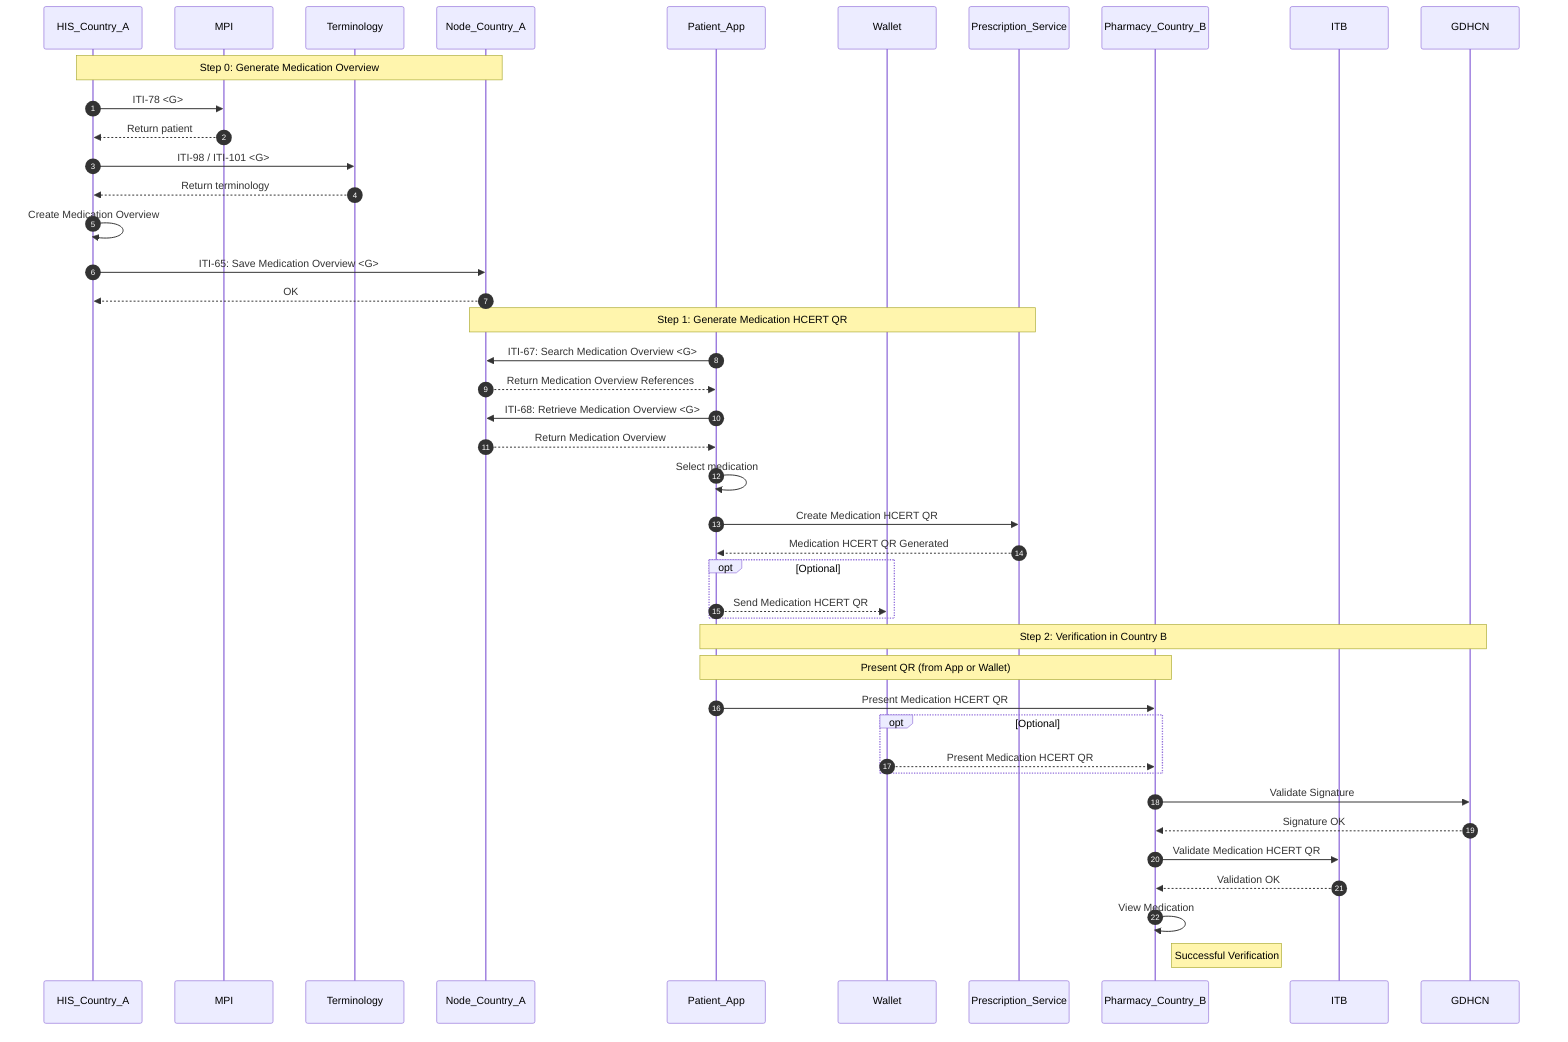
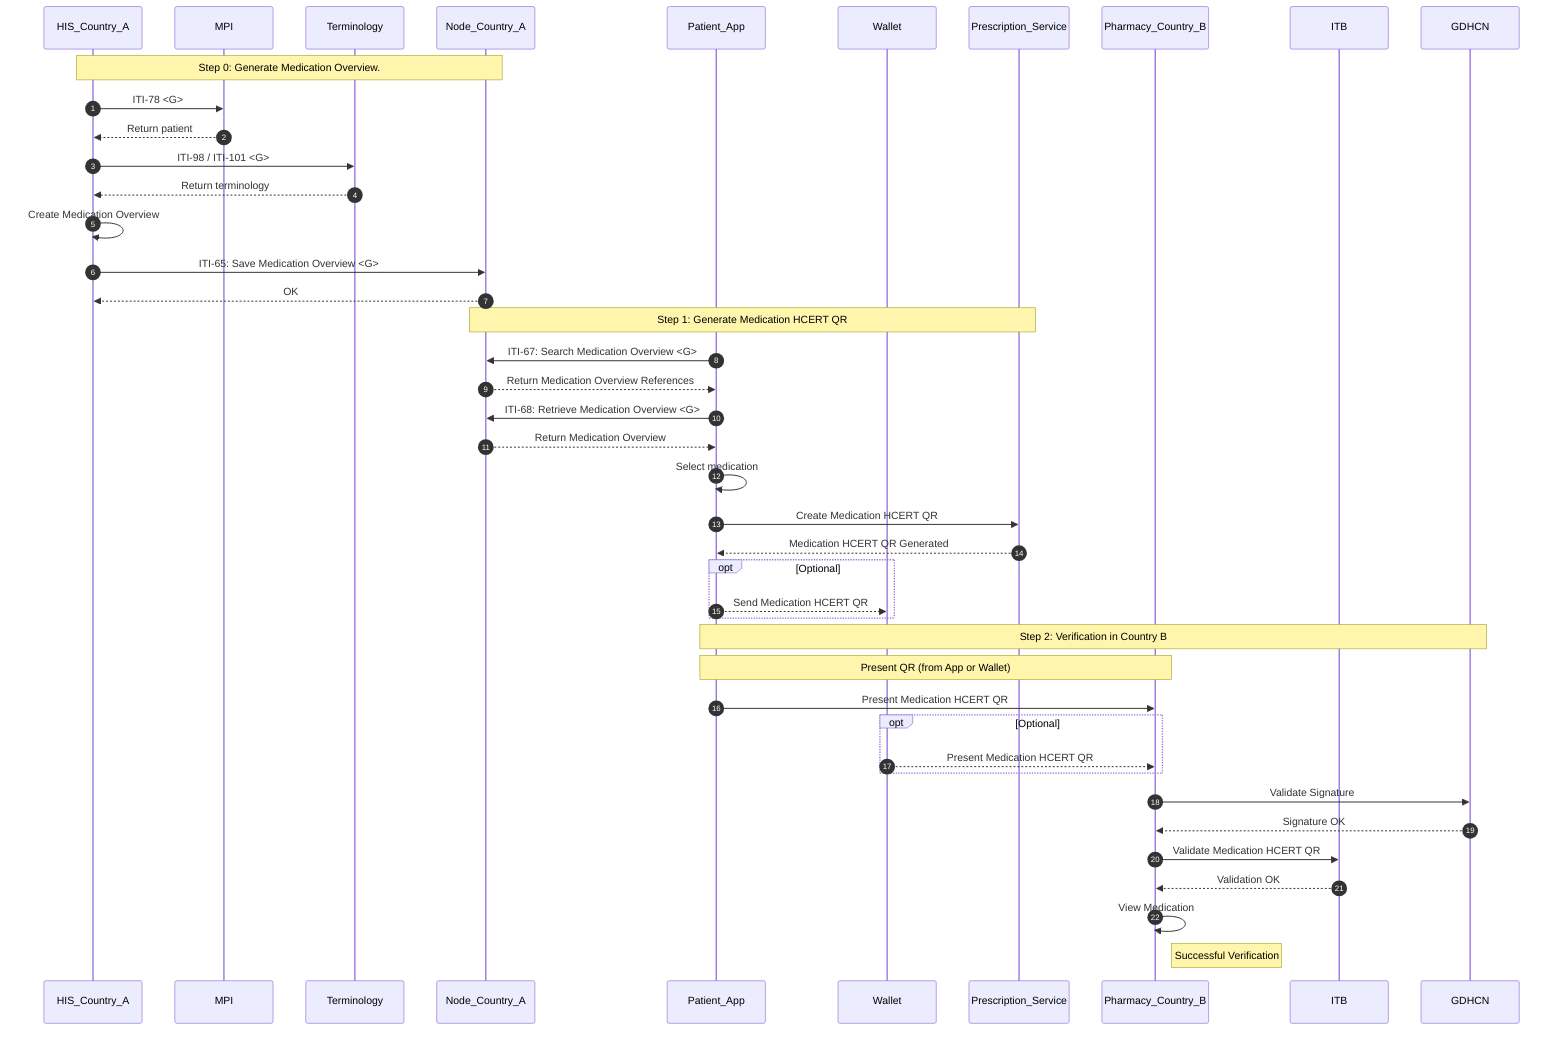
sequenceDiagram
    autonumber
    participant IR as HIS_Country_A
    participant MPI as MPI
    participant TS as Terminology
    participant NA as Node_Country_A
    participant AP as Patient_App
    participant W as Wallet
    participant P as Prescription_Service
    participant HB as Pharmacy_Country_B
    participant ITB as ITB
    participant TN as GDHCN

-     Note over IR, NA: Step 0: Generate Medication Overview
+     Note over IR, NA: Step 0: Generate Medication Overview.
    IR->>MPI: ITI-78 <G>
    MPI-->>IR: Return patient

    IR->>TS: ITI-98 / ITI-101 <G>
    TS-->>IR: Return terminology

    IR->>IR: Create Medication Overview

    IR->>NA: ITI-65: Save Medication Overview <G>
    NA-->>IR: OK

    Note over NA, P: Step 1: Generate Medication HCERT QR
    AP->>NA: ITI-67: Search Medication Overview <G>
    NA-->>AP: Return Medication Overview References

    AP->>NA: ITI-68: Retrieve Medication Overview <G>
    NA-->>AP: Return Medication Overview

    AP->>AP: Select medication

    AP->>P: Create Medication HCERT QR
    P-->>AP: Medication HCERT QR Generated


    opt Optional
        AP-->>W: Send Medication HCERT QR
    end

    Note over AP, TN: Step 2: Verification in Country B

    Note over AP, HB: Present QR (from App or Wallet)
    AP->>HB: Present Medication HCERT QR
    opt Optional
        W-->>HB: Present Medication HCERT QR
    end
    HB->>TN: Validate Signature
    TN-->>HB: Signature OK

    HB->>ITB: Validate Medication HCERT QR
    ITB-->>HB: Validation OK

    HB->>HB: View Medication
    Note right of HB: Successful Verification